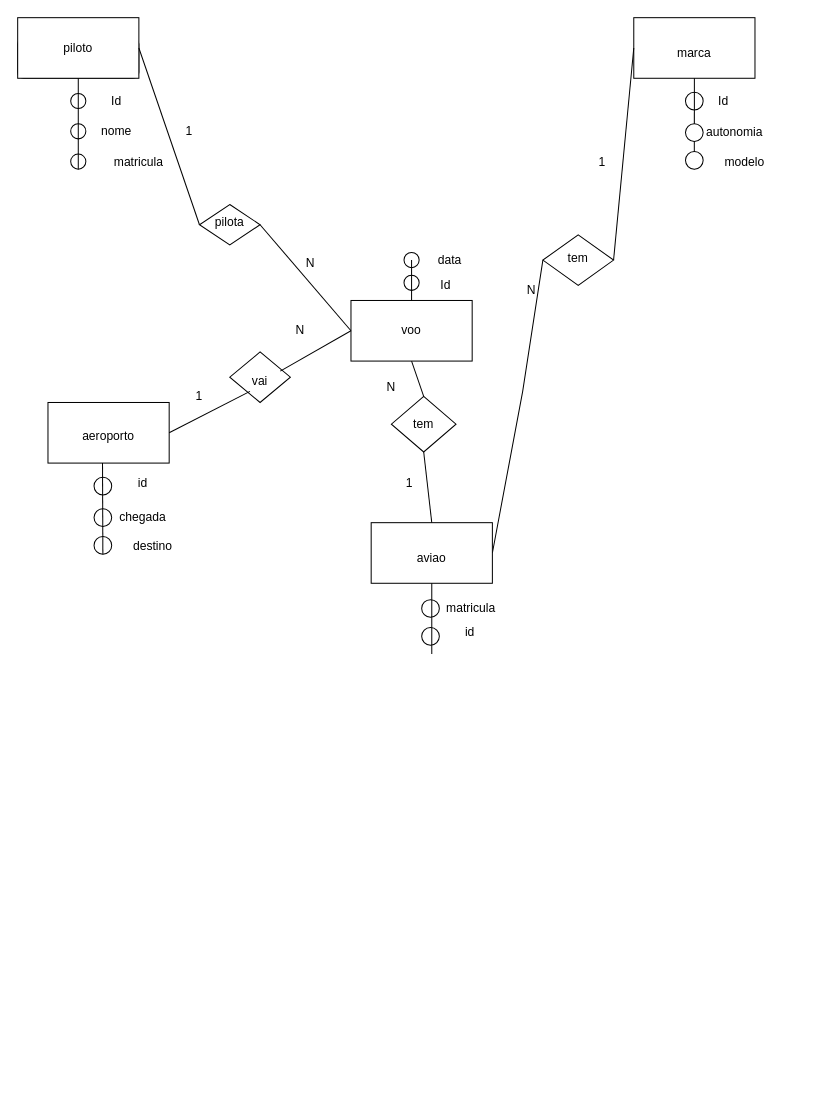
MarceloValente1990/Cesae2025 keeps this draw.io diagram as BD/Exercicios/Ex04.drawio. Above is the earlier version. Source tidied: cells renumbered, new cells numbered last; positions are measured from the earlier drawing's top-left corner, leaving out a move shared by most shapes. Both pictures are drawn from the tidied source at 101%, with x=0, y=0 at pixel (17, 17).
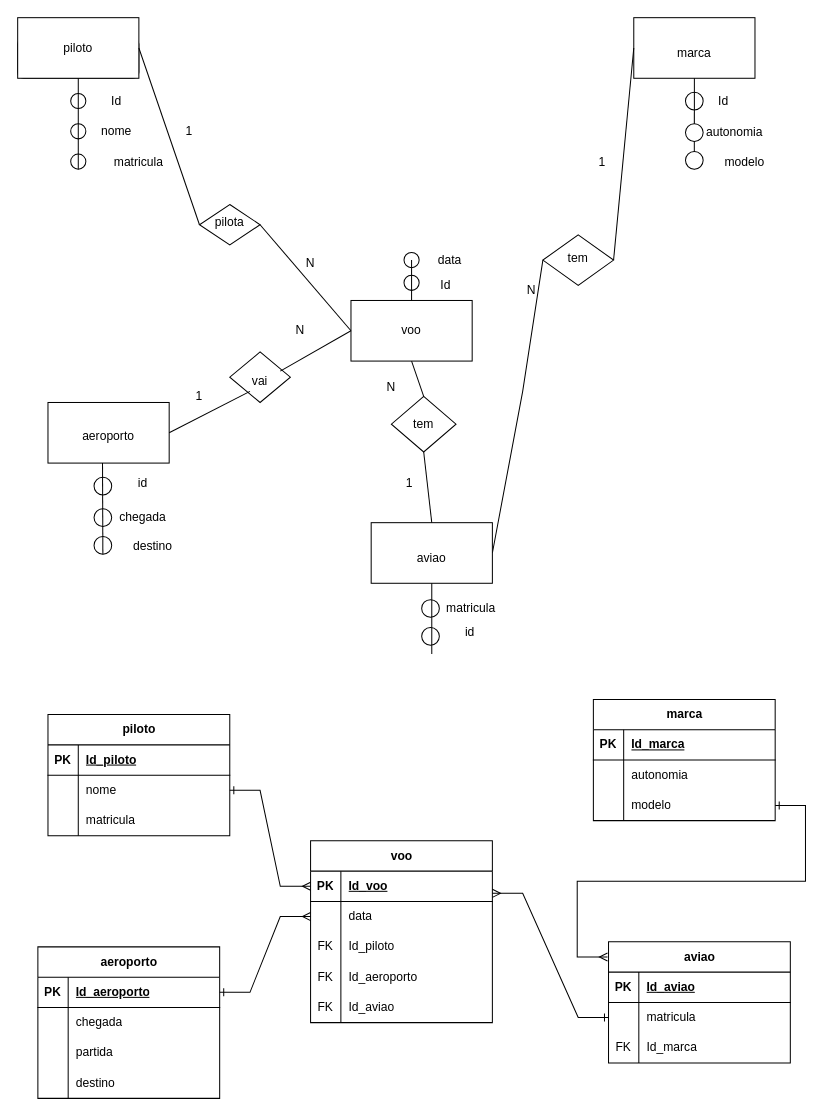
The same diagram, later.

The edit, as a diff of the source:
```diff
@@
+    <mxCell id="65" value="piloto" style="shape=table;startSize=30;childLayout=tableLayout;rowLines=0;fontStyle=1;align=center;html=1;" parent="1" vertex="1">
+      <mxGeometry x="30" y="690" width="180" height="120" as="geometry" />
+    </mxCell>
+    <mxCell id="66" style="shape=tableRow;horizontal=0;startSize=0;swimlaneHead=0;swimlaneBody=0;fillColor=none;top=0;left=0;right=0;bottom=1;" parent="65" vertex="1">
+      <mxGeometry y="30" width="180" height="30" as="geometry" />
+    </mxCell>
+    <mxCell id="67" value="PK" style="shape=partialRectangle;fillColor=none;top=0;left=0;bottom=0;right=0;fontStyle=1;overflow=hidden;whiteSpace=wrap;html=1;" parent="66" vertex="1">
+      <mxGeometry width="30" height="30" as="geometry" />
+    </mxCell>
+    <mxCell id="68" value="Id_piloto" style="shape=partialRectangle;fillColor=none;top=0;left=0;bottom=0;right=0;align=left;spacingLeft=6;fontStyle=5;overflow=hidden;whiteSpace=wrap;html=1;" parent="66" vertex="1">
+      <mxGeometry x="30" width="150" height="30" as="geometry" />
+    </mxCell>
+    <mxCell id="69" style="shape=tableRow;horizontal=0;startSize=0;swimlaneHead=0;swimlaneBody=0;fillColor=none;points=[[0,0.5],[1,0.5]];portConstraint=eastwest;top=0;left=0;right=0;bottom=0;" parent="65" vertex="1">
+      <mxGeometry y="60" width="180" height="30" as="geometry" />
+    </mxCell>
+    <mxCell id="70" style="shape=partialRectangle;fillColor=none;top=0;left=0;bottom=0;right=0;overflow=hidden;whiteSpace=wrap;html=1;" parent="69" vertex="1">
+      <mxGeometry width="30" height="30" as="geometry" />
+    </mxCell>
+    <mxCell id="71" value="nome" style="shape=partialRectangle;fillColor=none;top=0;left=0;bottom=0;right=0;align=left;spacingLeft=6;overflow=hidden;whiteSpace=wrap;html=1;" parent="69" vertex="1">
+      <mxGeometry x="30" width="150" height="30" as="geometry" />
+    </mxCell>
+    <mxCell id="72" style="shape=tableRow;horizontal=0;startSize=0;swimlaneHead=0;swimlaneBody=0;fillColor=none;top=0;left=0;right=0;bottom=0;" parent="65" vertex="1">
+      <mxGeometry y="90" width="180" height="30" as="geometry" />
+    </mxCell>
+    <mxCell id="73" style="shape=partialRectangle;fillColor=none;top=0;left=0;bottom=0;right=0;overflow=hidden;whiteSpace=wrap;html=1;" parent="72" vertex="1">
+      <mxGeometry width="30" height="30" as="geometry" />
+    </mxCell>
+    <mxCell id="74" value="matricula" style="shape=partialRectangle;fillColor=none;top=0;left=0;bottom=0;right=0;align=left;spacingLeft=6;overflow=hidden;whiteSpace=wrap;html=1;" parent="72" vertex="1">
+      <mxGeometry x="30" width="150" height="30" as="geometry" />
+    </mxCell>
+    <mxCell id="75" value="marca" style="shape=table;startSize=30;childLayout=tableLayout;rowLines=0;fontStyle=1;align=center;html=1;" parent="1" vertex="1">
+      <mxGeometry x="570" y="675" width="180" height="120" as="geometry" />
+    </mxCell>
+    <mxCell id="76" style="shape=tableRow;horizontal=0;startSize=0;swimlaneHead=0;swimlaneBody=0;fillColor=none;top=0;left=0;right=0;bottom=1;" parent="75" vertex="1">
+      <mxGeometry y="30" width="180" height="30" as="geometry" />
+    </mxCell>
+    <mxCell id="77" value="PK" style="shape=partialRectangle;fillColor=none;top=0;left=0;bottom=0;right=0;fontStyle=1;overflow=hidden;whiteSpace=wrap;html=1;" parent="76" vertex="1">
+      <mxGeometry width="30" height="30" as="geometry" />
+    </mxCell>
+    <mxCell id="78" value="Id_marca" style="shape=partialRectangle;fillColor=none;top=0;left=0;bottom=0;right=0;align=left;spacingLeft=6;fontStyle=5;overflow=hidden;whiteSpace=wrap;html=1;" parent="76" vertex="1">
+      <mxGeometry x="30" width="150" height="30" as="geometry" />
+    </mxCell>
+    <mxCell id="79" style="shape=tableRow;horizontal=0;startSize=0;swimlaneHead=0;swimlaneBody=0;fillColor=none;top=0;left=0;right=0;bottom=0;" parent="75" vertex="1">
+      <mxGeometry y="60" width="180" height="30" as="geometry" />
+    </mxCell>
+    <mxCell id="80" style="shape=partialRectangle;fillColor=none;top=0;left=0;bottom=0;right=0;overflow=hidden;whiteSpace=wrap;html=1;" parent="79" vertex="1">
+      <mxGeometry width="30" height="30" as="geometry" />
+    </mxCell>
+    <mxCell id="81" value="autonomia" style="shape=partialRectangle;fillColor=none;top=0;left=0;bottom=0;right=0;align=left;spacingLeft=6;overflow=hidden;whiteSpace=wrap;html=1;" parent="79" vertex="1">
+      <mxGeometry x="30" width="150" height="30" as="geometry" />
+    </mxCell>
+    <mxCell id="82" style="shape=tableRow;horizontal=0;startSize=0;swimlaneHead=0;swimlaneBody=0;fillColor=none;points=[[0,0.5],[1,0.5]];portConstraint=eastwest;top=0;left=0;right=0;bottom=0;" parent="75" vertex="1">
+      <mxGeometry y="90" width="180" height="30" as="geometry" />
+    </mxCell>
+    <mxCell id="83" style="shape=partialRectangle;fillColor=none;top=0;left=0;bottom=0;right=0;overflow=hidden;whiteSpace=wrap;html=1;" parent="82" vertex="1">
+      <mxGeometry width="30" height="30" as="geometry" />
+    </mxCell>
+    <mxCell id="84" value="modelo" style="shape=partialRectangle;fillColor=none;top=0;left=0;bottom=0;right=0;align=left;spacingLeft=6;overflow=hidden;whiteSpace=wrap;html=1;" parent="82" vertex="1">
+      <mxGeometry x="30" width="150" height="30" as="geometry" />
+    </mxCell>
+    <mxCell id="85" value="aeroporto" style="shape=table;startSize=30;childLayout=tableLayout;rowLines=0;fontStyle=1;align=center;html=1;" parent="1" vertex="1">
+      <mxGeometry x="20" y="920" width="180" height="150" as="geometry" />
+    </mxCell>
+    <mxCell id="86" style="shape=tableRow;horizontal=0;startSize=0;swimlaneHead=0;swimlaneBody=0;fillColor=none;points=[[0,0.5],[1,0.5]];portConstraint=eastwest;top=0;left=0;right=0;bottom=1;" parent="85" vertex="1">
+      <mxGeometry y="30" width="180" height="30" as="geometry" />
+    </mxCell>
+    <mxCell id="87" value="PK" style="shape=partialRectangle;fillColor=none;top=0;left=0;bottom=0;right=0;fontStyle=1;overflow=hidden;whiteSpace=wrap;html=1;" parent="86" vertex="1">
+      <mxGeometry width="30" height="30" as="geometry" />
+    </mxCell>
+    <mxCell id="88" value="Id_aeroporto" style="shape=partialRectangle;fillColor=none;top=0;left=0;bottom=0;right=0;align=left;spacingLeft=6;fontStyle=5;overflow=hidden;whiteSpace=wrap;html=1;" parent="86" vertex="1">
+      <mxGeometry x="30" width="150" height="30" as="geometry" />
+    </mxCell>
+    <mxCell id="89" style="shape=tableRow;horizontal=0;startSize=0;swimlaneHead=0;swimlaneBody=0;fillColor=none;top=0;left=0;right=0;bottom=0;" parent="85" vertex="1">
+      <mxGeometry y="60" width="180" height="30" as="geometry" />
+    </mxCell>
+    <mxCell id="90" style="shape=partialRectangle;fillColor=none;top=0;left=0;bottom=0;right=0;overflow=hidden;whiteSpace=wrap;html=1;" parent="89" vertex="1">
+      <mxGeometry width="30" height="30" as="geometry" />
+    </mxCell>
+    <mxCell id="91" value="chegada" style="shape=partialRectangle;fillColor=none;top=0;left=0;bottom=0;right=0;align=left;spacingLeft=6;overflow=hidden;whiteSpace=wrap;html=1;" parent="89" vertex="1">
+      <mxGeometry x="30" width="150" height="30" as="geometry" />
+    </mxCell>
+    <mxCell id="92" style="shape=tableRow;horizontal=0;startSize=0;swimlaneHead=0;swimlaneBody=0;fillColor=none;top=0;left=0;right=0;bottom=0;" parent="85" vertex="1">
+      <mxGeometry y="90" width="180" height="30" as="geometry" />
+    </mxCell>
+    <mxCell id="93" style="shape=partialRectangle;fillColor=none;top=0;left=0;bottom=0;right=0;overflow=hidden;whiteSpace=wrap;html=1;" parent="92" vertex="1">
+      <mxGeometry width="30" height="30" as="geometry" />
+    </mxCell>
+    <mxCell id="94" value="partida" style="shape=partialRectangle;fillColor=none;top=0;left=0;bottom=0;right=0;align=left;spacingLeft=6;overflow=hidden;whiteSpace=wrap;html=1;" parent="92" vertex="1">
+      <mxGeometry x="30" width="150" height="30" as="geometry" />
+    </mxCell>
+    <mxCell id="95" style="shape=tableRow;horizontal=0;startSize=0;swimlaneHead=0;swimlaneBody=0;fillColor=none;top=0;left=0;right=0;bottom=0;" parent="85" vertex="1">
+      <mxGeometry y="120" width="180" height="30" as="geometry" />
+    </mxCell>
+    <mxCell id="96" style="shape=partialRectangle;fillColor=none;top=0;left=0;bottom=0;right=0;overflow=hidden;whiteSpace=wrap;html=1;" parent="95" vertex="1">
+      <mxGeometry width="30" height="30" as="geometry" />
+    </mxCell>
+    <mxCell id="97" value="destino" style="shape=partialRectangle;fillColor=none;top=0;left=0;bottom=0;right=0;align=left;spacingLeft=6;overflow=hidden;whiteSpace=wrap;html=1;" parent="95" vertex="1">
+      <mxGeometry x="30" width="150" height="30" as="geometry" />
+    </mxCell>
+    <mxCell id="98" value="aviao" style="shape=table;startSize=30;childLayout=tableLayout;rowLines=0;fontStyle=1;align=center;html=1;" parent="1" vertex="1">
+      <mxGeometry x="585" y="915" width="180" height="120" as="geometry" />
+    </mxCell>
+    <mxCell id="99" style="shape=tableRow;horizontal=0;startSize=0;swimlaneHead=0;swimlaneBody=0;fillColor=none;top=0;left=0;right=0;bottom=1;" parent="98" vertex="1">
+      <mxGeometry y="30" width="180" height="30" as="geometry" />
+    </mxCell>
+    <mxCell id="100" value="PK" style="shape=partialRectangle;fillColor=none;top=0;left=0;bottom=0;right=0;fontStyle=1;overflow=hidden;whiteSpace=wrap;html=1;" parent="99" vertex="1">
+      <mxGeometry width="30" height="30" as="geometry" />
+    </mxCell>
+    <mxCell id="101" value="Id_aviao" style="shape=partialRectangle;fillColor=none;top=0;left=0;bottom=0;right=0;align=left;spacingLeft=6;fontStyle=5;overflow=hidden;whiteSpace=wrap;html=1;" parent="99" vertex="1">
+      <mxGeometry x="30" width="150" height="30" as="geometry" />
+    </mxCell>
+    <mxCell id="102" style="shape=tableRow;horizontal=0;startSize=0;swimlaneHead=0;swimlaneBody=0;fillColor=none;points=[[0,0.5],[1,0.5]];portConstraint=eastwest;top=0;left=0;right=0;bottom=0;" parent="98" vertex="1">
+      <mxGeometry y="60" width="180" height="30" as="geometry" />
+    </mxCell>
+    <mxCell id="103" style="shape=partialRectangle;fillColor=none;top=0;left=0;bottom=0;right=0;overflow=hidden;whiteSpace=wrap;html=1;" parent="102" vertex="1">
+      <mxGeometry width="30" height="30" as="geometry" />
+    </mxCell>
+    <mxCell id="104" value="matricula" style="shape=partialRectangle;fillColor=none;top=0;left=0;bottom=0;right=0;align=left;spacingLeft=6;overflow=hidden;whiteSpace=wrap;html=1;" parent="102" vertex="1">
+      <mxGeometry x="30" width="150" height="30" as="geometry" />
+    </mxCell>
+    <mxCell id="105" style="shape=tableRow;horizontal=0;startSize=0;swimlaneHead=0;swimlaneBody=0;fillColor=none;top=0;left=0;right=0;bottom=0;" parent="98" vertex="1">
+      <mxGeometry y="90" width="180" height="30" as="geometry" />
+    </mxCell>
+    <mxCell id="106" value="FK" style="shape=partialRectangle;fillColor=none;top=0;left=0;bottom=0;right=0;overflow=hidden;whiteSpace=wrap;html=1;" parent="105" vertex="1">
+      <mxGeometry width="30" height="30" as="geometry" />
+    </mxCell>
+    <mxCell id="107" value="Id_marca" style="shape=partialRectangle;fillColor=none;top=0;left=0;bottom=0;right=0;align=left;spacingLeft=6;overflow=hidden;whiteSpace=wrap;html=1;" parent="105" vertex="1">
+      <mxGeometry x="30" width="150" height="30" as="geometry" />
+    </mxCell>
+    <mxCell id="108" value="voo" style="shape=table;startSize=30;childLayout=tableLayout;rowLines=0;fontStyle=1;align=center;html=1;" parent="1" vertex="1">
+      <mxGeometry x="290" y="815" width="180" height="180" as="geometry" />
+    </mxCell>
+    <mxCell id="109" style="shape=tableRow;horizontal=0;startSize=0;swimlaneHead=0;swimlaneBody=0;fillColor=none;points=[[0,0.5],[1,0.5]];portConstraint=eastwest;top=0;left=0;right=0;bottom=1;" parent="108" vertex="1">
+      <mxGeometry y="30" width="180" height="30" as="geometry" />
+    </mxCell>
+    <mxCell id="110" value="PK" style="shape=partialRectangle;fillColor=none;top=0;left=0;bottom=0;right=0;fontStyle=1;overflow=hidden;whiteSpace=wrap;html=1;" parent="109" vertex="1">
+      <mxGeometry width="30" height="30" as="geometry" />
+    </mxCell>
+    <mxCell id="111" value="Id_voo" style="shape=partialRectangle;fillColor=none;top=0;left=0;bottom=0;right=0;align=left;spacingLeft=6;fontStyle=5;overflow=hidden;whiteSpace=wrap;html=1;" parent="109" vertex="1">
+      <mxGeometry x="30" width="150" height="30" as="geometry" />
+    </mxCell>
+    <mxCell id="112" style="shape=tableRow;horizontal=0;startSize=0;swimlaneHead=0;swimlaneBody=0;fillColor=none;points=[[0,0.5],[1,0.5]];portConstraint=eastwest;top=0;left=0;right=0;bottom=0;" parent="108" vertex="1">
+      <mxGeometry y="60" width="180" height="30" as="geometry" />
+    </mxCell>
+    <mxCell id="113" style="shape=partialRectangle;fillColor=none;top=0;left=0;bottom=0;right=0;overflow=hidden;whiteSpace=wrap;html=1;" parent="112" vertex="1">
+      <mxGeometry width="30" height="30" as="geometry" />
+    </mxCell>
+    <mxCell id="114" value="data" style="shape=partialRectangle;fillColor=none;top=0;left=0;bottom=0;right=0;align=left;spacingLeft=6;overflow=hidden;whiteSpace=wrap;html=1;" parent="112" vertex="1">
+      <mxGeometry x="30" width="150" height="30" as="geometry" />
+    </mxCell>
+    <mxCell id="115" style="shape=tableRow;horizontal=0;startSize=0;swimlaneHead=0;swimlaneBody=0;fillColor=none;top=0;left=0;right=0;bottom=0;" parent="108" vertex="1">
+      <mxGeometry y="90" width="180" height="30" as="geometry" />
+    </mxCell>
+    <mxCell id="116" value="FK" style="shape=partialRectangle;fillColor=none;top=0;left=0;bottom=0;right=0;overflow=hidden;whiteSpace=wrap;html=1;" parent="115" vertex="1">
+      <mxGeometry width="30" height="30" as="geometry" />
+    </mxCell>
+    <mxCell id="117" value="Id_piloto" style="shape=partialRectangle;fillColor=none;top=0;left=0;bottom=0;right=0;align=left;spacingLeft=6;overflow=hidden;whiteSpace=wrap;html=1;" parent="115" vertex="1">
+      <mxGeometry x="30" width="150" height="30" as="geometry" />
+    </mxCell>
+    <mxCell id="118" style="shape=tableRow;horizontal=0;startSize=0;swimlaneHead=0;swimlaneBody=0;fillColor=none;top=0;left=0;right=0;bottom=0;" parent="108" vertex="1">
+      <mxGeometry y="120" width="180" height="30" as="geometry" />
+    </mxCell>
+    <mxCell id="119" value="FK" style="shape=partialRectangle;fillColor=none;top=0;left=0;bottom=0;right=0;overflow=hidden;whiteSpace=wrap;html=1;" parent="118" vertex="1">
+      <mxGeometry width="30" height="30" as="geometry" />
+    </mxCell>
+    <mxCell id="120" value="Id_aeroporto" style="shape=partialRectangle;fillColor=none;top=0;left=0;bottom=0;right=0;align=left;spacingLeft=6;overflow=hidden;whiteSpace=wrap;html=1;" parent="118" vertex="1">
+      <mxGeometry x="30" width="150" height="30" as="geometry" />
+    </mxCell>
+    <mxCell id="121" style="shape=tableRow;horizontal=0;startSize=0;swimlaneHead=0;swimlaneBody=0;fillColor=none;top=0;left=0;right=0;bottom=0;" parent="108" vertex="1">
+      <mxGeometry y="150" width="180" height="30" as="geometry" />
+    </mxCell>
+    <mxCell id="122" value="FK" style="shape=partialRectangle;fillColor=none;top=0;left=0;bottom=0;right=0;overflow=hidden;whiteSpace=wrap;html=1;" parent="121" vertex="1">
+      <mxGeometry width="30" height="30" as="geometry" />
+    </mxCell>
+    <mxCell id="123" value="Id_aviao" style="shape=partialRectangle;fillColor=none;top=0;left=0;bottom=0;right=0;align=left;spacingLeft=6;overflow=hidden;whiteSpace=wrap;html=1;" parent="121" vertex="1">
+      <mxGeometry x="30" width="150" height="30" as="geometry" />
+    </mxCell>
+    <mxCell id="124" style="edgeStyle=entityRelationEdgeStyle;fontSize=12;html=1;endArrow=ERmany;rounded=0;exitX=1;exitY=0.5;exitDx=0;exitDy=0;startArrow=ERone;startFill=0;endFill=0;" parent="1" edge="1" source="69" target="109">
+      <mxGeometry relative="1" as="geometry" />
+    </mxCell>
+    <mxCell id="125" style="edgeStyle=entityRelationEdgeStyle;fontSize=12;html=1;endArrow=ERmany;rounded=0;entryX=0;entryY=0.5;entryDx=0;entryDy=0;exitX=1;exitY=0.5;exitDx=0;exitDy=0;startArrow=ERone;startFill=0;endFill=0;" parent="1" edge="1" source="86" target="112">
+      <mxGeometry relative="1" as="geometry" />
+    </mxCell>
+    <mxCell id="126" style="edgeStyle=entityRelationEdgeStyle;fontSize=12;html=1;endArrow=ERmany;rounded=0;startArrow=ERone;startFill=0;endFill=0;" parent="1" edge="1" source="82">
+      <mxGeometry relative="1" as="geometry">
+        <mxPoint x="584" y="930" as="targetPoint" />
+      </mxGeometry>
+    </mxCell>
+    <mxCell id="127" style="edgeStyle=entityRelationEdgeStyle;fontSize=12;html=1;endArrow=ERmany;rounded=0;entryX=1;entryY=-0.267;entryDx=0;entryDy=0;entryPerimeter=0;exitX=0;exitY=0.5;exitDx=0;exitDy=0;startArrow=ERone;startFill=0;endFill=0;" parent="1" edge="1" source="102" target="112">
+      <mxGeometry relative="1" as="geometry" />
+    </mxCell>
```
